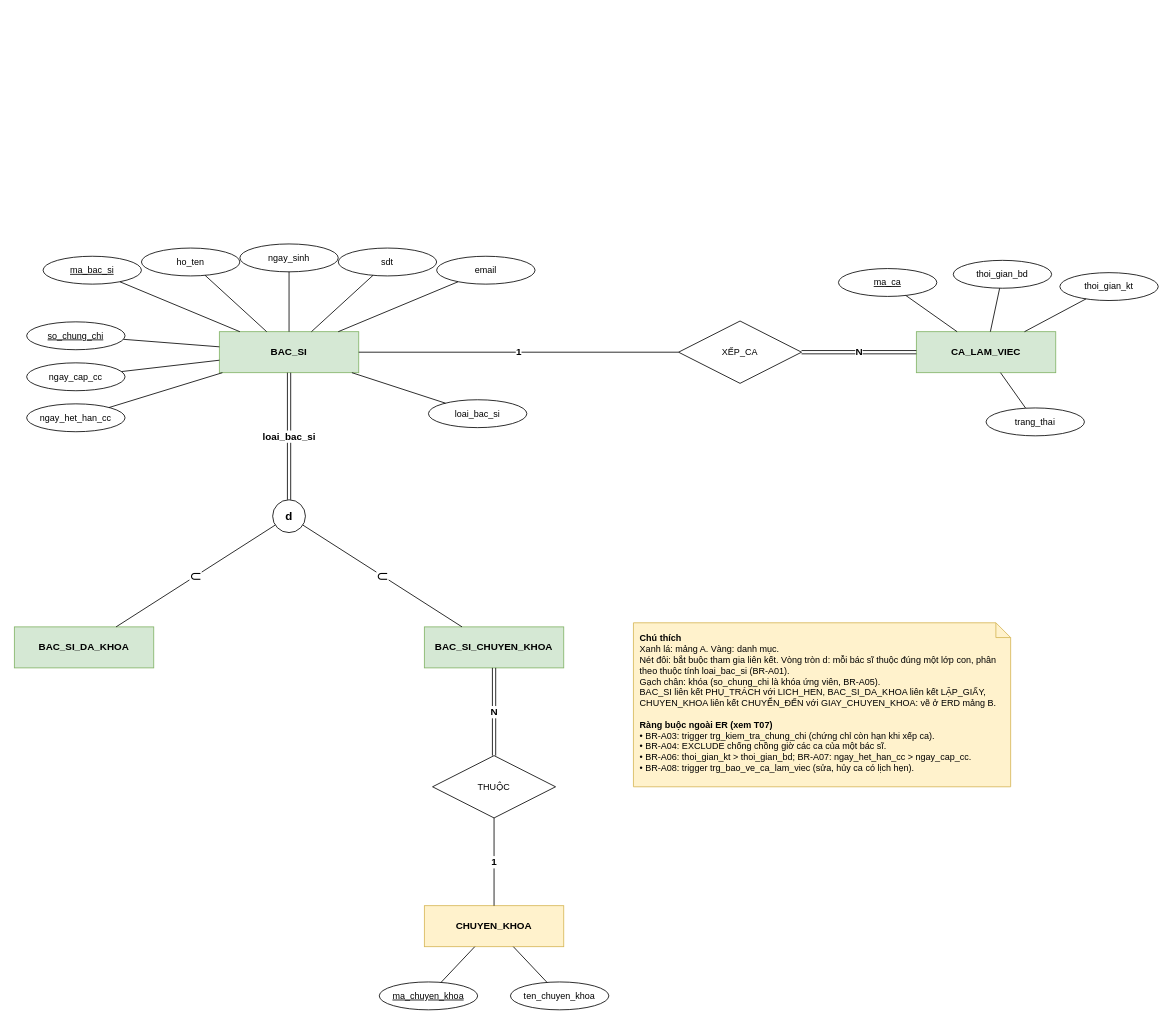
Before: erd/A.drawio in khoiln218/telemedicine, a draw.io diagram. Source tidied: cells renumbered, new cells numbered last; positions are measured from the earlier drawing's top-left corner, leaving out a move shared by most shapes. Both pictures are drawn from the tidied source at 82%, with x=0, y=0 at pixel (14, 244).
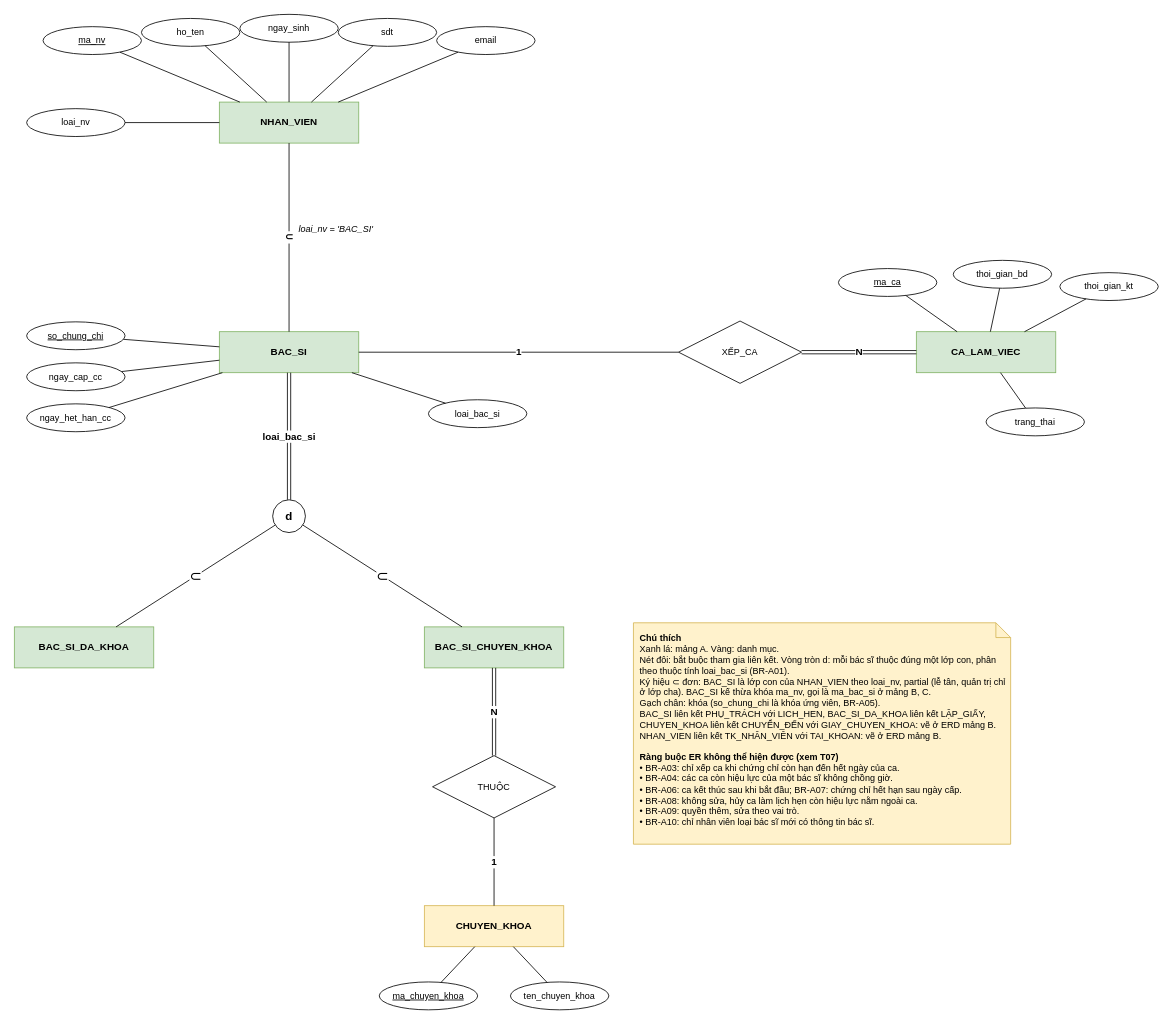
Above is the later version.

Unchanged cells that the change refers to:
```xml
<mxCell id="2" value="BAC_SI" style="shape=ext;double=0;whiteSpace=wrap;html=1;fontStyle=1;fillColor=#d5e8d4;strokeColor=#82b366;" parent="1" vertex="1">
  <mxGeometry x="250" y="107" width="170" height="50" as="geometry" />
</mxCell>
```

Change to the diagram source:
```diff
@@
-    <mxCell id="10" value="&lt;u&gt;ma_bac_si&lt;/u&gt;" style="ellipse;whiteSpace=wrap;html=1;fontSize=11;fillColor=#ffffff;strokeColor=#000000;" parent="1" vertex="1">
-      <mxGeometry x="35" y="15" width="120" height="34" as="geometry" />
+    <mxCell id="10" value="&lt;u&gt;ma_nv&lt;/u&gt;" style="ellipse;whiteSpace=wrap;html=1;fontSize=11;fillColor=#ffffff;strokeColor=#000000;" parent="1" vertex="1">
+      <mxGeometry x="35" y="-265" width="120" height="34" as="geometry" />
     </mxCell>
     <mxCell id="11" value="ho_ten" style="ellipse;whiteSpace=wrap;html=1;fontSize=11;fillColor=#ffffff;strokeColor=#000000;" parent="1" vertex="1">
-      <mxGeometry x="155" y="5" width="120" height="34" as="geometry" />
+      <mxGeometry x="155" y="-275" width="120" height="34" as="geometry" />
     </mxCell>
     <mxCell id="12" value="ngay_sinh" style="ellipse;whiteSpace=wrap;html=1;fontSize=11;fillColor=#ffffff;strokeColor=#000000;" parent="1" vertex="1">
-      <mxGeometry x="275" width="120" height="34" as="geometry" />
+      <mxGeometry x="275" y="-280" width="120" height="34" as="geometry" />
     </mxCell>
     <mxCell id="13" value="sdt" style="ellipse;whiteSpace=wrap;html=1;fontSize=11;fillColor=#ffffff;strokeColor=#000000;" parent="1" vertex="1">
-      <mxGeometry x="395" y="5" width="120" height="34" as="geometry" />
+      <mxGeometry x="395" y="-275" width="120" height="34" as="geometry" />
     </mxCell>
     <mxCell id="14" value="email" style="ellipse;whiteSpace=wrap;html=1;fontSize=11;fillColor=#ffffff;strokeColor=#000000;" parent="1" vertex="1">
-      <mxGeometry x="515" y="15" width="120" height="34" as="geometry" />
+      <mxGeometry x="515" y="-265" width="120" height="34" as="geometry" />
     </mxCell>
@@
-    <mxCell id="25" value="&lt;b&gt;Chú thích&lt;/b&gt;&lt;br&gt;Xanh lá: mảng A. Vàng: danh mục.&lt;br&gt;Nét đôi: bắt buộc tham gia liên kết. Vòng tròn d: mỗi bác sĩ thuộc đúng một lớp con, phân theo thuộc tính loai_bac_si (BR-A01).&lt;br&gt;Gạch chân: khóa (so_chung_chi là khóa ứng viên, BR-A05).&lt;br&gt;BAC_SI liên kết PHỤ_TRÁCH với LICH_HEN, BAC_SI_DA_KHOA liên kết LẬP_GIẤY, CHUYEN_KHOA liên kết CHUYỂN_ĐẾN với GIAY_CHUYEN_KHOA: vẽ ở ERD mảng B.&lt;br&gt;&lt;br&gt;&lt;b&gt;Ràng buộc ngoài ER (xem T07)&lt;/b&gt;&lt;br&gt;• BR-A03: trigger trg_kiem_tra_chung_chi (chứng chỉ còn hạn khi xếp ca).&lt;br&gt;• BR-A04: EXCLUDE chống chồng giờ các ca của một bác sĩ.&lt;br&gt;• BR-A06: thoi_gian_kt &amp;gt; thoi_gian_bd; BR-A07: ngay_het_han_cc &amp;gt; ngay_cap_cc.&lt;br&gt;• BR-A08: trigger trg_bao_ve_ca_lam_viec (sửa, hủy ca có lịch hẹn)." style="shape=note;whiteSpace=wrap;html=1;size=18;align=left;verticalAlign=top;spacing=8;fontSize=11;fillColor=#fff2cc;strokeColor=#d6b656;" parent="1" vertex="1">
-      <mxGeometry x="755" y="462" width="460" height="200" as="geometry" />
+    <mxCell id="25" value="&lt;b&gt;Chú thích&lt;/b&gt;&lt;br&gt;Xanh lá: mảng A. Vàng: danh mục.&lt;br&gt;Nét đôi: bắt buộc tham gia liên kết. Vòng tròn d: mỗi bác sĩ thuộc đúng một lớp con, phân theo thuộc tính loai_bac_si (BR-A01).&lt;br&gt;Ký hiệu ⊂ đơn: BAC_SI là lớp con của NHAN_VIEN theo loai_nv, partial (lễ tân, quản trị chỉ ở lớp cha). BAC_SI kế thừa khóa ma_nv, gọi là ma_bac_si ở mảng B, C.&lt;br&gt;Gạch chân: khóa (so_chung_chi là khóa ứng viên, BR-A05).&lt;br&gt;BAC_SI liên kết PHỤ_TRÁCH với LICH_HEN, BAC_SI_DA_KHOA liên kết LẬP_GIẤY, CHUYEN_KHOA liên kết CHUYỂN_ĐẾN với GIAY_CHUYEN_KHOA: vẽ ở ERD mảng B. NHAN_VIEN liên kết TK_NHÂN_VIÊN với TAI_KHOAN: vẽ ở ERD mảng B.&lt;br&gt;&lt;br&gt;&lt;b&gt;Ràng buộc ER không thể hiện được (xem T07)&lt;/b&gt;&lt;br&gt;• BR-A03: chỉ xếp ca khi chứng chỉ còn hạn đến hết ngày của ca.&lt;br&gt;• BR-A04: các ca còn hiệu lực của một bác sĩ không chồng giờ.&lt;br&gt;• BR-A06: ca kết thúc sau khi bắt đầu; BR-A07: chứng chỉ hết hạn sau ngày cấp.&lt;br&gt;• BR-A08: không sửa, hủy ca làm lịch hẹn còn hiệu lực nằm ngoài ca.&lt;br&gt;• BR-A09: quyền thêm, sửa theo vai trò.&lt;br&gt;• BR-A10: chỉ nhân viên loại bác sĩ mới có thông tin bác sĩ." style="shape=note;whiteSpace=wrap;html=1;size=18;align=left;verticalAlign=top;spacing=8;fontSize=11;fillColor=#fff2cc;strokeColor=#d6b656;" parent="1" vertex="1">
+      <mxGeometry x="755" y="462" width="460" height="270" as="geometry" />
     </mxCell>
+    <mxCell id="48" value="NHAN_VIEN" style="shape=ext;double=0;whiteSpace=wrap;html=1;fontStyle=1;fillColor=#d5e8d4;strokeColor=#82b366;" parent="1" vertex="1">
+      <mxGeometry x="250" y="-173" width="170" height="50" as="geometry" />
+    </mxCell>
+    <mxCell id="49" value="loai_nv" style="ellipse;whiteSpace=wrap;html=1;fontSize=11;fillColor=#ffffff;strokeColor=#000000;" parent="1" vertex="1">
+      <mxGeometry x="15" y="-165" width="120" height="34" as="geometry" />
+    </mxCell>
+    <mxCell id="50" value="loai_nv = 'BAC_SI'" style="text;html=1;align=left;verticalAlign=middle;fontSize=11;fontStyle=2;" parent="1" vertex="1">
+      <mxGeometry x="345" y="-30" width="130" height="24" as="geometry" />
+    </mxCell>
-    <mxCell id="26" style="endArrow=none;html=1;rounded=0;fontSize=12;fontStyle=1;labelBackgroundColor=#ffffff;" parent="1" edge="1" source="10" target="2">
+    <mxCell id="26" style="endArrow=none;html=1;rounded=0;fontSize=12;fontStyle=1;labelBackgroundColor=#ffffff;" parent="1" edge="1" source="10" target="48">
       <mxGeometry relative="1" as="geometry" />
     </mxCell>
-    <mxCell id="27" style="endArrow=none;html=1;rounded=0;fontSize=12;fontStyle=1;labelBackgroundColor=#ffffff;" parent="1" edge="1" source="11" target="2">
+    <mxCell id="27" style="endArrow=none;html=1;rounded=0;fontSize=12;fontStyle=1;labelBackgroundColor=#ffffff;" parent="1" edge="1" source="11" target="48">
       <mxGeometry relative="1" as="geometry" />
     </mxCell>
-    <mxCell id="28" style="endArrow=none;html=1;rounded=0;fontSize=12;fontStyle=1;labelBackgroundColor=#ffffff;" parent="1" edge="1" source="12" target="2">
+    <mxCell id="28" style="endArrow=none;html=1;rounded=0;fontSize=12;fontStyle=1;labelBackgroundColor=#ffffff;" parent="1" edge="1" source="12" target="48">
       <mxGeometry relative="1" as="geometry" />
     </mxCell>
-    <mxCell id="29" style="endArrow=none;html=1;rounded=0;fontSize=12;fontStyle=1;labelBackgroundColor=#ffffff;" parent="1" edge="1" source="13" target="2">
+    <mxCell id="29" style="endArrow=none;html=1;rounded=0;fontSize=12;fontStyle=1;labelBackgroundColor=#ffffff;" parent="1" edge="1" source="13" target="48">
       <mxGeometry relative="1" as="geometry" />
     </mxCell>
-    <mxCell id="30" style="endArrow=none;html=1;rounded=0;fontSize=12;fontStyle=1;labelBackgroundColor=#ffffff;" parent="1" edge="1" source="14" target="2">
+    <mxCell id="30" style="endArrow=none;html=1;rounded=0;fontSize=12;fontStyle=1;labelBackgroundColor=#ffffff;" parent="1" edge="1" source="14" target="48">
       <mxGeometry relative="1" as="geometry" />
     </mxCell>
@@
+    <mxCell id="51" style="endArrow=none;html=1;rounded=0;fontSize=12;fontStyle=1;labelBackgroundColor=#ffffff;" parent="1" edge="1" source="49" target="48">
+      <mxGeometry relative="1" as="geometry" />
+    </mxCell>
+    <mxCell id="52" value="⊂" style="endArrow=none;html=1;rounded=0;fontSize=12;fontStyle=1;labelBackgroundColor=#ffffff;" parent="1" edge="1" source="48" target="2">
+      <mxGeometry relative="1" as="geometry" />
+    </mxCell>
```
